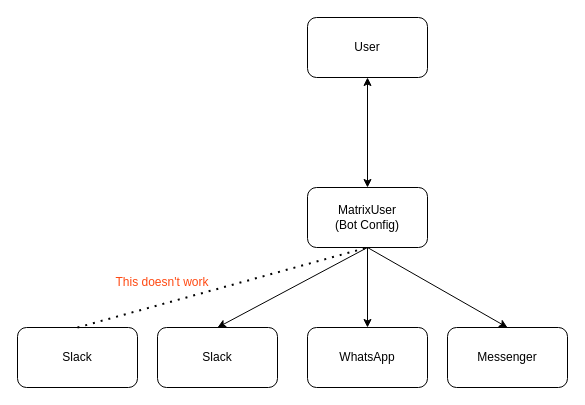
Above: page "Issue" (2 of 5) of Untitled Diagram.drawio in mengnans/draw.io.folder (draw.io), before the change. Source tidied: cells renumbered, new cells numbered last; positions are measured from the earlier drawing's top-left corner, leaving out a move shared by most shapes. Both pictures are drawn from the tidied source at 100%, with x=0, y=0 at pixel (17, 17).
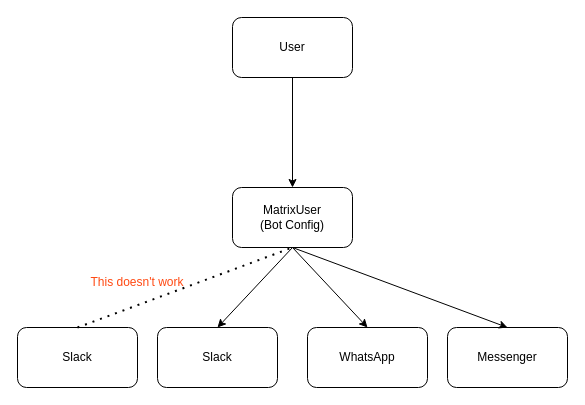
The same diagram, later.

The edit, as a diff of the source:
```diff
@@
 <mxGraphModel>
   <root>
     <mxCell id="0" />
     <mxCell id="1" parent="0" />
     <mxCell id="2" value="User" style="rounded=1;whiteSpace=wrap;html=1;" parent="1" vertex="1">
-      <mxGeometry x="290" width="120" height="60" as="geometry" />
+      <mxGeometry x="215" width="120" height="60" as="geometry" />
     </mxCell>
     <mxCell id="3" value="MatrixUser &lt;br&gt;(Bot Config)" style="rounded=1;whiteSpace=wrap;html=1;" parent="1" vertex="1">
-      <mxGeometry x="290" y="170" width="120" height="60" as="geometry" />
+      <mxGeometry x="215" y="170" width="120" height="60" as="geometry" />
     </mxCell>
-    <mxCell id="4" style="endArrow=classic;startArrow=classic;html=1;rounded=0;exitX=0.5;exitY=1;exitDx=0;exitDy=0;entryX=0.5;entryY=0;entryDx=0;entryDy=0;" parent="1" edge="1" source="2" target="3">
+    <mxCell id="4" style="endArrow=classic;startArrow=none;html=1;rounded=0;exitX=0.5;exitY=1;exitDx=0;exitDy=0;entryX=0.5;entryY=0;entryDx=0;entryDy=0;startFill=0;" parent="1" edge="1" source="2" target="3">
       <mxGeometry relative="1" as="geometry" />
     </mxCell>
     <mxCell id="5" value="Slack" style="rounded=1;whiteSpace=wrap;html=1;" parent="1" vertex="1">
       <mxGeometry x="140" y="310" width="120" height="60" as="geometry" />
     </mxCell>
     <mxCell id="6" value="WhatsApp" style="rounded=1;whiteSpace=wrap;html=1;" parent="1" vertex="1">
       <mxGeometry x="290" y="310" width="120" height="60" as="geometry" />
     </mxCell>
     <mxCell id="7" value="Messenger" style="rounded=1;whiteSpace=wrap;html=1;" parent="1" vertex="1">
       <mxGeometry x="430" y="310" width="120" height="60" as="geometry" />
     </mxCell>
     <mxCell id="8" style="endArrow=classic;html=1;rounded=0;exitX=0.5;exitY=1;exitDx=0;exitDy=0;entryX=0.5;entryY=0;entryDx=0;entryDy=0;" parent="1" edge="1" source="3" target="5">
       <mxGeometry relative="1" as="geometry" />
     </mxCell>
     <mxCell id="9" style="endArrow=classic;html=1;rounded=0;exitX=0.5;exitY=1;exitDx=0;exitDy=0;entryX=0.5;entryY=0;entryDx=0;entryDy=0;" parent="1" edge="1" source="3" target="6">
       <mxGeometry relative="1" as="geometry" />
     </mxCell>
     <mxCell id="10" style="endArrow=classic;html=1;rounded=0;entryX=0.5;entryY=0;entryDx=0;entryDy=0;" parent="1" edge="1" target="7">
       <mxGeometry relative="1" as="geometry">
-        <mxPoint x="350" y="230" as="sourcePoint" />
+        <mxPoint x="275" y="230" as="sourcePoint" />
       </mxGeometry>
     </mxCell>
     <mxCell id="11" value="Slack" style="rounded=1;whiteSpace=wrap;html=1;" parent="1" vertex="1">
       <mxGeometry y="310" width="120" height="60" as="geometry" />
     </mxCell>
     <mxCell id="12" style="endArrow=none;dashed=1;html=1;dashPattern=1 3;strokeWidth=2;rounded=0;exitX=0.5;exitY=0;exitDx=0;exitDy=0;" parent="1" edge="1" source="11">
       <mxGeometry relative="1" as="geometry">
-        <mxPoint x="350" y="230" as="targetPoint" />
+        <mxPoint x="275" y="230" as="targetPoint" />
       </mxGeometry>
     </mxCell>
     <mxCell id="13" value="&lt;font&gt;This doesn't work&lt;/font&gt;" style="text;html=1;strokeColor=none;fillColor=none;align=center;verticalAlign=middle;whiteSpace=wrap;rounded=0;fontColor=#FF4912;" parent="1" vertex="1">
-      <mxGeometry x="90" y="250" width="110" height="30" as="geometry" />
+      <mxGeometry x="65" y="250" width="110" height="30" as="geometry" />
     </mxCell>
   </root>
 </mxGraphModel>
```
